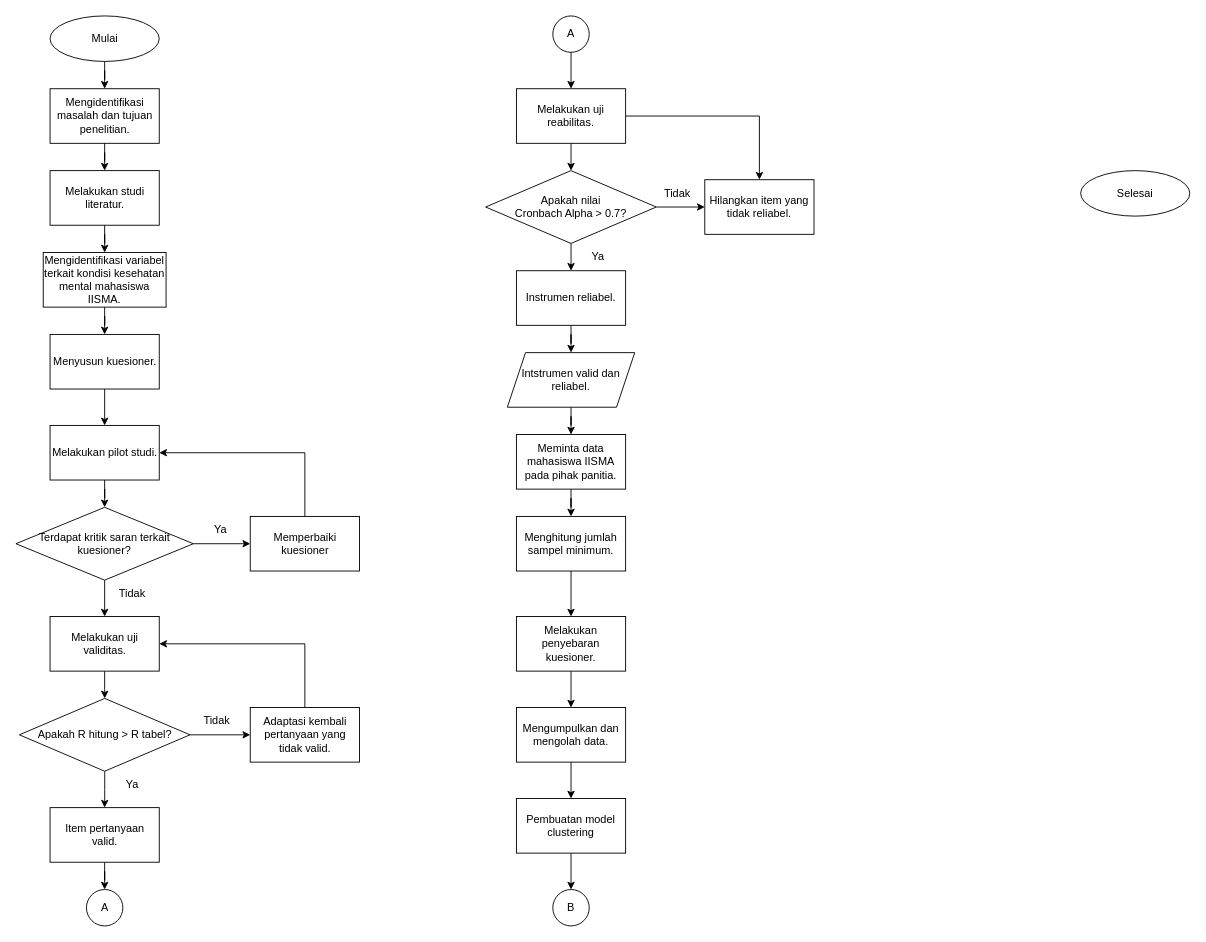
Before: Flowchart Metopen.drawio in rianromad/Image-Storage, a draw.io diagram. Source tidied: cells renumbered, new cells numbered last; positions are measured from the earlier drawing's top-left corner, leaving out a move shared by most shapes. Both pictures are drawn from the tidied source at 91%, with x=0, y=0 at pixel (15, 15).
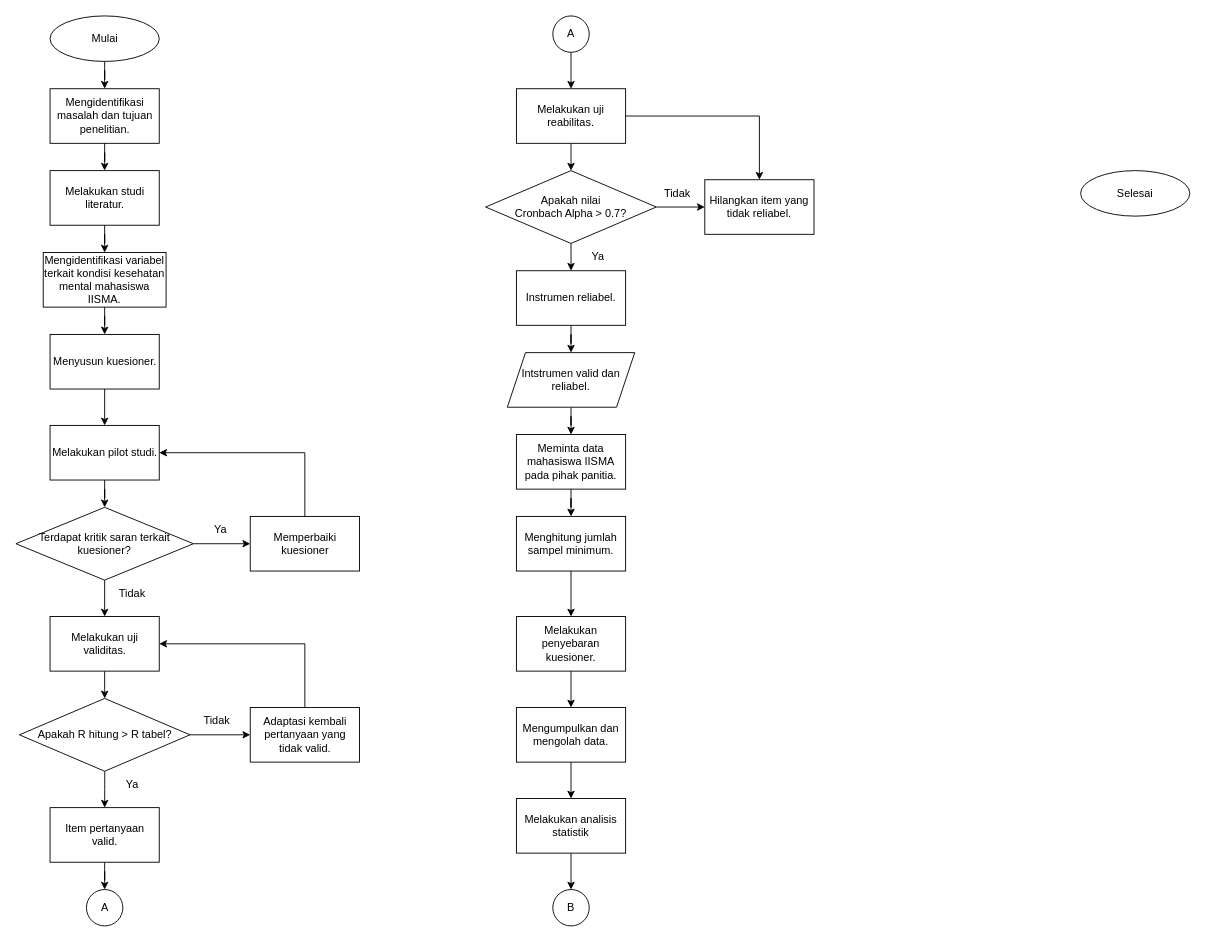
After the change.

Change to the diagram source:
```diff
@@
-    <mxCell id="59" value="Pembuatan model clustering" style="rounded=0;whiteSpace=wrap;html=1;" parent="1" vertex="1">
+    <mxCell id="59" value="Melakukan analisis statistik" style="rounded=0;whiteSpace=wrap;html=1;" parent="1" vertex="1">
       <mxGeometry x="550" y="860" width="120" height="60" as="geometry" />
     </mxCell>
```
